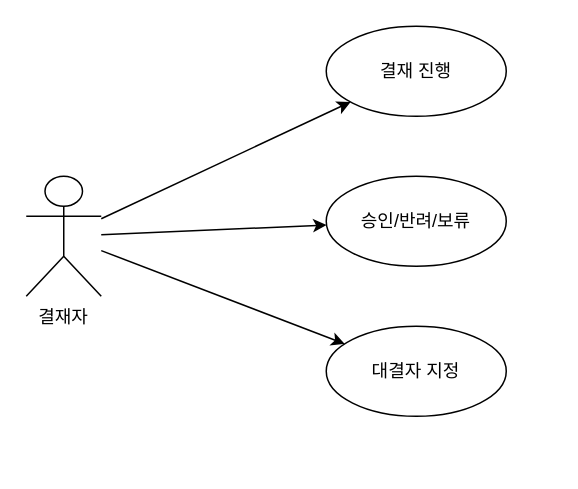
Above: document/결재 및 승인프로세스.drawio in sunday1284/jsp_spring02 (draw.io), before the change. Source tidied: cells renumbered, new cells numbered last; positions are measured from the earlier drawing's top-left corner, leaving out a move shared by most shapes. Both pictures are drawn from the tidied source at 150%, with x=0, y=0 at pixel (26, 26).
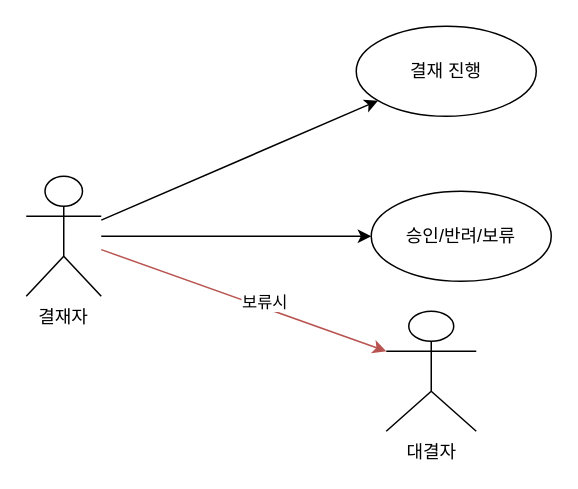
After the change.

Commit message:
결재 및 승인프로세스.drawio 업데이트

What changed in the source:
```diff
@@
 <mxGraphModel>
   <root>
     <mxCell id="0" />
     <mxCell id="1" parent="0" />
     <mxCell id="2" value="결재자" style="shape=umlActor;verticalLabelPosition=bottom;verticalAlign=top;" parent="1" vertex="1">
       <mxGeometry y="100" width="50" height="80" as="geometry" />
     </mxCell>
     <mxCell id="3" value="결재 진행" style="ellipse;whiteSpace=wrap;html=1;" parent="1" vertex="1">
-      <mxGeometry x="200" width="120" height="60" as="geometry" />
+      <mxGeometry x="220" width="120" height="60" as="geometry" />
     </mxCell>
     <mxCell id="4" value="승인/반려/보류" style="ellipse;whiteSpace=wrap;html=1;" parent="1" vertex="1">
-      <mxGeometry x="200" y="100" width="120" height="60" as="geometry" />
+      <mxGeometry x="230" y="110" width="120" height="60" as="geometry" />
     </mxCell>
-    <mxCell id="5" value="대결자 지정" style="ellipse;whiteSpace=wrap;html=1;" parent="1" vertex="1">
-      <mxGeometry x="200" y="200" width="120" height="60" as="geometry" />
-    </mxCell>
     <mxCell id="6" parent="1" edge="1" source="2" target="3">
       <mxGeometry relative="1" as="geometry" />
     </mxCell>
     <mxCell id="7" parent="1" edge="1" source="2" target="4">
       <mxGeometry relative="1" as="geometry" />
     </mxCell>
-    <mxCell id="8" parent="1" edge="1" source="2" target="5">
+    <mxCell id="8" style="fillColor=#f8cecc;strokeColor=#b85450;entryX=0;entryY=0.3333333333333333;entryDx=0;entryDy=0;entryPerimeter=0;" parent="1" edge="1" source="2" target="10">
       <mxGeometry relative="1" as="geometry" />
     </mxCell>
+    <mxCell id="9" value="보류시" style="edgeLabel;html=1;align=center;verticalAlign=middle;" parent="8" vertex="1">
+      <mxGeometry x="0.13" y="4" relative="1" as="geometry" />
+    </mxCell>
+    <mxCell id="10" value="대결자" style="shape=umlActor;verticalLabelPosition=bottom;verticalAlign=top;html=1;outlineConnect=0;" parent="1" vertex="1">
+      <mxGeometry x="240" y="190" width="60" height="80" as="geometry" />
+    </mxCell>
   </root>
 </mxGraphModel>
```
